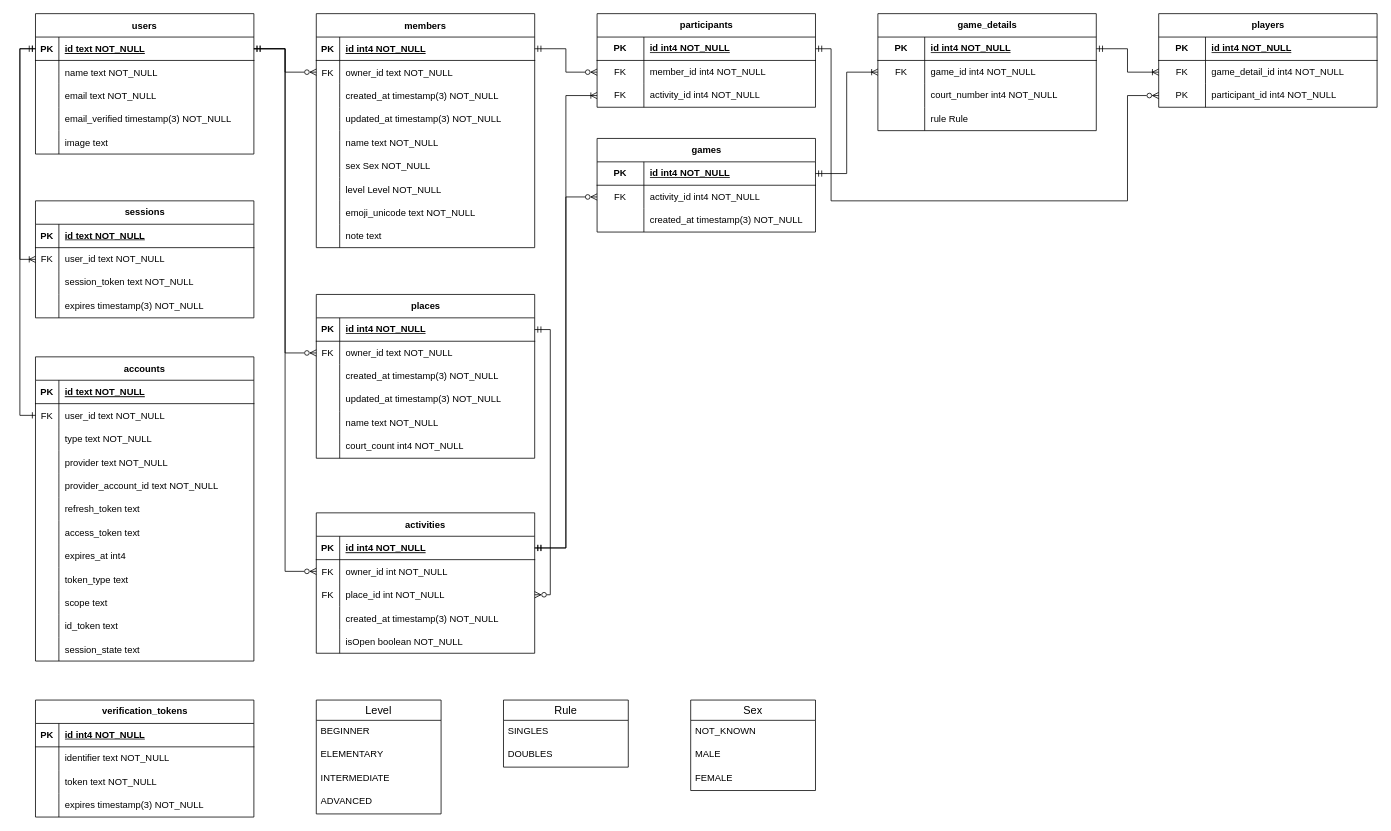
Earlier version of the draw.io diagram docs/entity_relationship_diagram.drawio (yuki-yamamura/bubble-pairs). Source tidied: cells renumbered, new cells numbered last; positions are measured from the earlier drawing's top-left corner, leaving out a move shared by most shapes. Both pictures are drawn from the tidied source at 78%, with x=0, y=0 at pixel (35, 13).
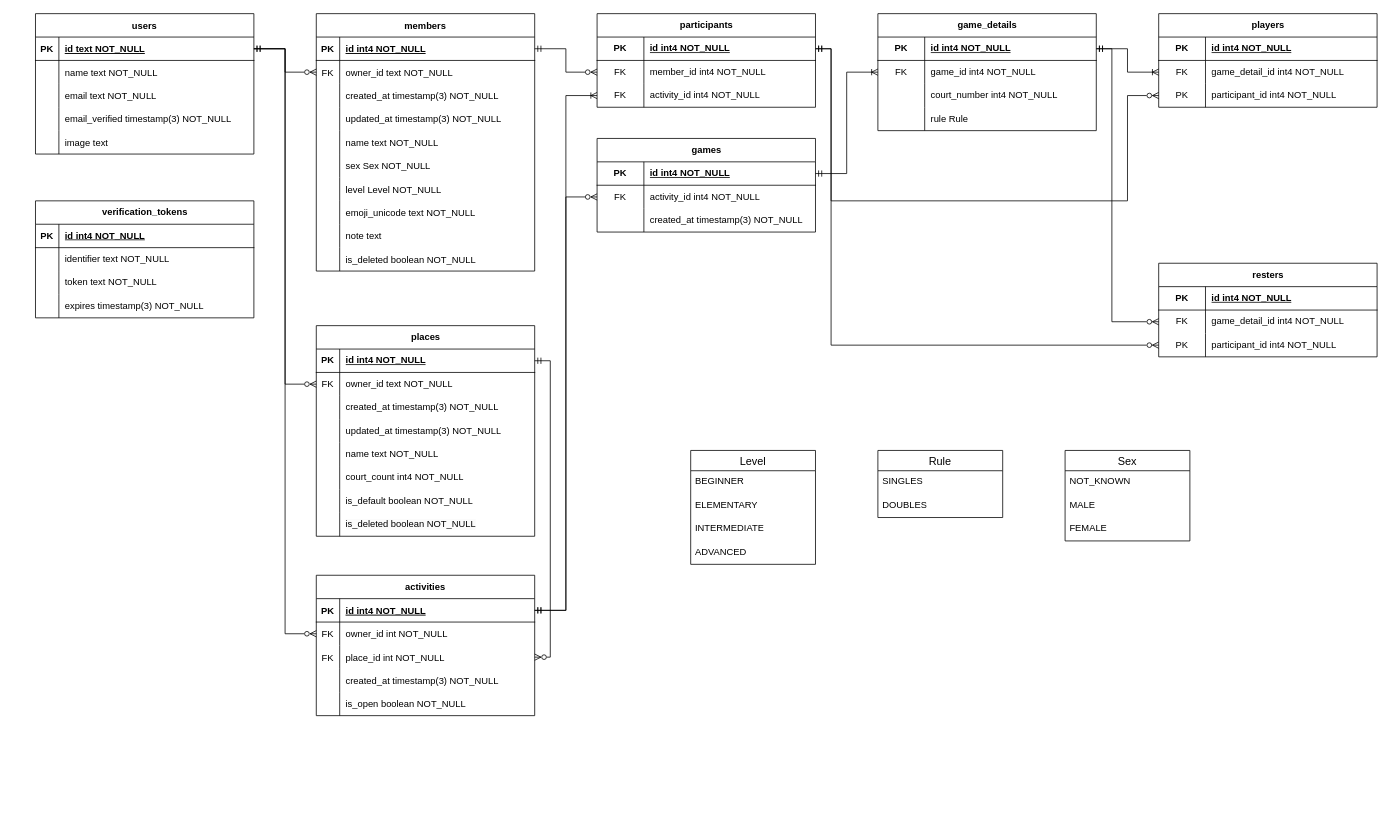
After the change.

Unchanged cells that the change refers to:
```xml
<mxCell id="43" style="shape=partialRectangle;fillColor=none;top=0;left=0;right=0;bottom=0;" parent="30" vertex="1">
  <mxGeometry y="150" width="280" height="30" as="geometry" />
</mxCell>
<mxCell id="47" style="shape=partialRectangle;fillColor=none;points=[[0,0.5],[1,0.5]];portConstraint=eastwest;top=0;left=0;right=0;bottom=1;" parent="46" vertex="1">
  <mxGeometry y="30" width="280" height="30" as="geometry" />
</mxCell>
<mxCell id="171" style="shape=tableRow;horizontal=0;startSize=0;swimlaneHead=0;swimlaneBody=0;fillColor=none;points=[[0,0.5],[1,0.5]];portConstraint=eastwest;top=0;left=0;right=0;bottom=1;swimlaneLine=1;" parent="170" vertex="1">
  <mxGeometry y="30" width="280" height="30" as="geometry" />
</mxCell>
<mxCell id="183" style="shape=tableRow;horizontal=0;startSize=0;swimlaneHead=0;swimlaneBody=0;fillColor=none;points=[[0,0.5],[1,0.5]];portConstraint=eastwest;top=0;left=0;right=0;bottom=1;" parent="182" vertex="1">
  <mxGeometry y="30" width="280" height="30" as="geometry" />
</mxCell>
```

What changed in the source:
```diff
@@
     <mxCell id="2" value="members" style="shape=table;startSize=30;childLayout=tableLayout;rowLines=0;fontStyle=1;align=center;" parent="1" vertex="1">
-      <mxGeometry x="360" width="280" height="300" as="geometry" />
+      <mxGeometry x="360" width="280" height="330" as="geometry" />
     </mxCell>
@@
+    <mxCell id="128" style="shape=partialRectangle;fillColor=none;top=0;left=0;right=0;bottom=0;" parent="2" vertex="1">
+      <mxGeometry y="300" width="280" height="30" as="geometry" />
+    </mxCell>
+    <mxCell id="211" style="shape=partialRectangle;overflow=hidden;fillColor=none;top=0;left=0;bottom=0;right=0;" parent="128" vertex="1">
+      <mxGeometry width="30" height="30" as="geometry" />
+    </mxCell>
+    <mxCell id="212" value="is_deleted boolean NOT_NULL" style="shape=partialRectangle;overflow=hidden;fillColor=none;top=0;left=0;bottom=0;right=0;align=left;spacingLeft=6;" parent="128" vertex="1">
+      <mxGeometry x="30" width="250" height="30" as="geometry" />
+    </mxCell>
     <mxCell id="30" value="activities" style="shape=table;startSize=30;childLayout=tableLayout;rowLines=0;fontStyle=1;align=center;" parent="1" vertex="1">
-      <mxGeometry x="360" y="640" width="280" height="180" as="geometry" />
+      <mxGeometry x="360" y="720" width="280" height="180" as="geometry" />
     </mxCell>
@@
-    <mxCell id="45" value="isOpen boolean NOT_NULL" style="shape=partialRectangle;overflow=hidden;fillColor=none;top=0;left=0;bottom=0;right=0;align=left;spacingLeft=6;" parent="43" vertex="1">
+    <mxCell id="45" value="is_open boolean NOT_NULL" style="shape=partialRectangle;overflow=hidden;fillColor=none;top=0;left=0;bottom=0;right=0;align=left;spacingLeft=6;" parent="43" vertex="1">
       <mxGeometry x="30" width="250" height="30" as="geometry" />
     </mxCell>
@@
     <mxCell id="62" value="places" style="shape=table;startSize=30;childLayout=tableLayout;rowLines=0;fontStyle=1;align=center;html=1;" parent="1" vertex="1">
-      <mxGeometry x="360" y="360" width="280" height="210" as="geometry" />
+      <mxGeometry x="360" y="400" width="280" height="270" as="geometry" />
     </mxCell>
@@
+    <mxCell id="213" style="shape=tableRow;horizontal=0;startSize=0;swimlaneHead=0;swimlaneBody=0;fillColor=none;top=0;left=0;right=0;bottom=0;" parent="62" vertex="1">
+      <mxGeometry y="210" width="280" height="30" as="geometry" />
+    </mxCell>
+    <mxCell id="214" style="shape=partialRectangle;fillColor=none;top=0;left=0;bottom=0;right=0;overflow=hidden;whiteSpace=wrap;html=1;" parent="213" vertex="1">
+      <mxGeometry width="30" height="30" as="geometry" />
+    </mxCell>
+    <mxCell id="215" value="is_default boolean NOT_NULL" style="shape=partialRectangle;fillColor=none;top=0;left=0;bottom=0;right=0;align=left;spacingLeft=6;overflow=hidden;whiteSpace=wrap;html=1;" parent="213" vertex="1">
+      <mxGeometry x="30" width="250" height="30" as="geometry" />
+    </mxCell>
+    <mxCell id="216" style="shape=tableRow;horizontal=0;startSize=0;swimlaneHead=0;swimlaneBody=0;fillColor=none;top=0;left=0;right=0;bottom=0;" parent="62" vertex="1">
+      <mxGeometry y="240" width="280" height="30" as="geometry" />
+    </mxCell>
+    <mxCell id="217" style="shape=partialRectangle;fillColor=none;top=0;left=0;bottom=0;right=0;overflow=hidden;whiteSpace=wrap;html=1;" parent="216" vertex="1">
+      <mxGeometry width="30" height="30" as="geometry" />
+    </mxCell>
+    <mxCell id="218" value="&lt;span style=&quot;color: rgb(0, 0, 0); font-family: Helvetica; font-size: 12px; font-style: normal; font-variant-ligatures: normal; font-variant-caps: normal; font-weight: 400; letter-spacing: normal; orphans: 2; text-align: left; text-indent: 0px; text-transform: none; widows: 2; word-spacing: 0px; -webkit-text-stroke-width: 0px; background-color: rgb(251, 251, 251); text-decoration-thickness: initial; text-decoration-style: initial; text-decoration-color: initial; float: none; display: inline !important;&quot;&gt;is_deleted boolean NOT_NULL&lt;/span&gt;" style="shape=partialRectangle;fillColor=none;top=0;left=0;bottom=0;right=0;align=left;spacingLeft=6;overflow=hidden;whiteSpace=wrap;html=1;" parent="216" vertex="1">
+      <mxGeometry x="30" width="250" height="30" as="geometry" />
+    </mxCell>
@@
     <mxCell id="91" value="Level" style="swimlane;fontStyle=0;horizontal=1;startSize=26;align=center;fontSize=14;" parent="1" vertex="1">
-      <mxGeometry x="360" y="880" width="160" height="146" as="geometry" />
+      <mxGeometry x="840" y="560" width="160" height="146" as="geometry" />
     </mxCell>
@@
     <mxCell id="96" value="Sex" style="swimlane;fontStyle=0;horizontal=1;startSize=26;align=center;fontSize=14;" parent="1" vertex="1">
-      <mxGeometry x="840" y="880" width="160" height="116" as="geometry" />
+      <mxGeometry x="1320" y="560" width="160" height="116" as="geometry" />
     </mxCell>
@@
-    <mxCell id="100" value="accounts" style="shape=table;startSize=30;childLayout=tableLayout;rowLines=0;fontStyle=1;align=center;" parent="1" vertex="1">
-      <mxGeometry y="440" width="280" height="390" as="geometry" />
-    </mxCell>
-    <mxCell id="101" style="shape=partialRectangle;fillColor=none;top=0;left=0;right=0;bottom=1;" parent="100" vertex="1">
-      <mxGeometry y="30" width="280" height="30" as="geometry" />
-    </mxCell>
-    <mxCell id="102" value="PK" style="shape=partialRectangle;overflow=hidden;fillColor=none;top=0;left=0;bottom=0;right=0;fontStyle=1;" parent="101" vertex="1">
-      <mxGeometry width="30" height="30" as="geometry" />
-    </mxCell>
-    <mxCell id="103" value="id text NOT_NULL" style="shape=partialRectangle;overflow=hidden;fillColor=none;top=0;left=0;bottom=0;right=0;align=left;spacingLeft=6;fontStyle=5;" parent="101" vertex="1">
-      <mxGeometry x="30" width="250" height="30" as="geometry" />
-    </mxCell>
-    <mxCell id="104" style="shape=partialRectangle;fillColor=none;points=[[0,0.5],[1,0.5]];portConstraint=eastwest;top=0;left=0;right=0;bottom=0;" parent="100" vertex="1">
-      <mxGeometry y="60" width="280" height="30" as="geometry" />
-    </mxCell>
-    <mxCell id="105" value="FK" style="shape=partialRectangle;overflow=hidden;fillColor=none;top=0;left=0;bottom=0;right=0;" parent="104" vertex="1">
-      <mxGeometry width="30" height="30" as="geometry" />
-    </mxCell>
-    <mxCell id="106" value="user_id text NOT_NULL" style="shape=partialRectangle;overflow=hidden;fillColor=none;top=0;left=0;bottom=0;right=0;align=left;spacingLeft=6;" parent="104" vertex="1">
-      <mxGeometry x="30" width="250" height="30" as="geometry" />
-    </mxCell>
-    <mxCell id="107" style="shape=partialRectangle;fillColor=none;top=0;left=0;right=0;bottom=0;" parent="100" vertex="1">
-      <mxGeometry y="90" width="280" height="30" as="geometry" />
-    </mxCell>
-    <mxCell id="108" style="shape=partialRectangle;overflow=hidden;fillColor=none;top=0;left=0;bottom=0;right=0;" parent="107" vertex="1">
-      <mxGeometry width="30" height="30" as="geometry" />
-    </mxCell>
-    <mxCell id="109" value="type text NOT_NULL" style="shape=partialRectangle;overflow=hidden;fillColor=none;top=0;left=0;bottom=0;right=0;align=left;spacingLeft=6;" parent="107" vertex="1">
-      <mxGeometry x="30" width="250" height="30" as="geometry" />
-    </mxCell>
-    <mxCell id="110" style="shape=partialRectangle;fillColor=none;top=0;left=0;right=0;bottom=0;" parent="100" vertex="1">
-      <mxGeometry y="120" width="280" height="30" as="geometry" />
-    </mxCell>
-    <mxCell id="111" style="shape=partialRectangle;overflow=hidden;fillColor=none;top=0;left=0;bottom=0;right=0;" parent="110" vertex="1">
-      <mxGeometry width="30" height="30" as="geometry" />
-    </mxCell>
-    <mxCell id="112" value="provider text NOT_NULL" style="shape=partialRectangle;overflow=hidden;fillColor=none;top=0;left=0;bottom=0;right=0;align=left;spacingLeft=6;" parent="110" vertex="1">
-      <mxGeometry x="30" width="250" height="30" as="geometry" />
-    </mxCell>
-    <mxCell id="113" style="shape=partialRectangle;fillColor=none;top=0;left=0;right=0;bottom=0;" parent="100" vertex="1">
-      <mxGeometry y="150" width="280" height="30" as="geometry" />
-    </mxCell>
-    <mxCell id="114" style="shape=partialRectangle;overflow=hidden;fillColor=none;top=0;left=0;bottom=0;right=0;" parent="113" vertex="1">
-      <mxGeometry width="30" height="30" as="geometry" />
-    </mxCell>
-    <mxCell id="115" value="provider_account_id text NOT_NULL" style="shape=partialRectangle;overflow=hidden;fillColor=none;top=0;left=0;bottom=0;right=0;align=left;spacingLeft=6;" parent="113" vertex="1">
-      <mxGeometry x="30" width="250" height="30" as="geometry" />
-    </mxCell>
-    <mxCell id="116" style="shape=partialRectangle;fillColor=none;top=0;left=0;right=0;bottom=0;" parent="100" vertex="1">
-      <mxGeometry y="180" width="280" height="30" as="geometry" />
-    </mxCell>
-    <mxCell id="117" style="shape=partialRectangle;overflow=hidden;fillColor=none;top=0;left=0;bottom=0;right=0;" parent="116" vertex="1">
-      <mxGeometry width="30" height="30" as="geometry" />
-    </mxCell>
-    <mxCell id="118" value="refresh_token text" style="shape=partialRectangle;overflow=hidden;fillColor=none;top=0;left=0;bottom=0;right=0;align=left;spacingLeft=6;" parent="116" vertex="1">
-      <mxGeometry x="30" width="250" height="30" as="geometry" />
-    </mxCell>
-    <mxCell id="119" style="shape=partialRectangle;fillColor=none;top=0;left=0;right=0;bottom=0;" parent="100" vertex="1">
-      <mxGeometry y="210" width="280" height="30" as="geometry" />
-    </mxCell>
-    <mxCell id="120" style="shape=partialRectangle;overflow=hidden;fillColor=none;top=0;left=0;bottom=0;right=0;" parent="119" vertex="1">
-      <mxGeometry width="30" height="30" as="geometry" />
-    </mxCell>
-    <mxCell id="121" value="access_token text" style="shape=partialRectangle;overflow=hidden;fillColor=none;top=0;left=0;bottom=0;right=0;align=left;spacingLeft=6;" parent="119" vertex="1">
-      <mxGeometry x="30" width="250" height="30" as="geometry" />
-    </mxCell>
-    <mxCell id="122" style="shape=partialRectangle;fillColor=none;top=0;left=0;right=0;bottom=0;" parent="100" vertex="1">
-      <mxGeometry y="240" width="280" height="30" as="geometry" />
-    </mxCell>
-    <mxCell id="123" style="shape=partialRectangle;overflow=hidden;fillColor=none;top=0;left=0;bottom=0;right=0;" parent="122" vertex="1">
-      <mxGeometry width="30" height="30" as="geometry" />
-    </mxCell>
-    <mxCell id="124" value="expires_at int4" style="shape=partialRectangle;overflow=hidden;fillColor=none;top=0;left=0;bottom=0;right=0;align=left;spacingLeft=6;" parent="122" vertex="1">
-      <mxGeometry x="30" width="250" height="30" as="geometry" />
-    </mxCell>
-    <mxCell id="125" style="shape=partialRectangle;fillColor=none;top=0;left=0;right=0;bottom=0;" parent="100" vertex="1">
-      <mxGeometry y="270" width="280" height="30" as="geometry" />
-    </mxCell>
-    <mxCell id="126" style="shape=partialRectangle;overflow=hidden;fillColor=none;top=0;left=0;bottom=0;right=0;" parent="125" vertex="1">
-      <mxGeometry width="30" height="30" as="geometry" />
-    </mxCell>
-    <mxCell id="127" value="token_type text" style="shape=partialRectangle;overflow=hidden;fillColor=none;top=0;left=0;bottom=0;right=0;align=left;spacingLeft=6;" parent="125" vertex="1">
-      <mxGeometry x="30" width="250" height="30" as="geometry" />
-    </mxCell>
-    <mxCell id="128" style="shape=partialRectangle;fillColor=none;top=0;left=0;right=0;bottom=0;" parent="100" vertex="1">
-      <mxGeometry y="300" width="280" height="30" as="geometry" />
-    </mxCell>
-    <mxCell id="129" style="shape=partialRectangle;overflow=hidden;fillColor=none;top=0;left=0;bottom=0;right=0;" parent="128" vertex="1">
-      <mxGeometry width="30" height="30" as="geometry" />
-    </mxCell>
-    <mxCell id="130" value="scope text" style="shape=partialRectangle;overflow=hidden;fillColor=none;top=0;left=0;bottom=0;right=0;align=left;spacingLeft=6;" parent="128" vertex="1">
-      <mxGeometry x="30" width="250" height="30" as="geometry" />
-    </mxCell>
-    <mxCell id="131" style="shape=partialRectangle;fillColor=none;top=0;left=0;right=0;bottom=0;" parent="100" vertex="1">
-      <mxGeometry y="330" width="280" height="30" as="geometry" />
-    </mxCell>
-    <mxCell id="132" style="shape=partialRectangle;overflow=hidden;fillColor=none;top=0;left=0;bottom=0;right=0;" parent="131" vertex="1">
-      <mxGeometry width="30" height="30" as="geometry" />
-    </mxCell>
-    <mxCell id="133" value="id_token text" style="shape=partialRectangle;overflow=hidden;fillColor=none;top=0;left=0;bottom=0;right=0;align=left;spacingLeft=6;" parent="131" vertex="1">
-      <mxGeometry x="30" width="250" height="30" as="geometry" />
-    </mxCell>
-    <mxCell id="134" style="shape=partialRectangle;fillColor=none;top=0;left=0;right=0;bottom=0;" parent="100" vertex="1">
-      <mxGeometry y="360" width="280" height="30" as="geometry" />
-    </mxCell>
-    <mxCell id="135" style="shape=partialRectangle;overflow=hidden;fillColor=none;top=0;left=0;bottom=0;right=0;" parent="134" vertex="1">
-      <mxGeometry width="30" height="30" as="geometry" />
-    </mxCell>
-    <mxCell id="136" value="session_state text" style="shape=partialRectangle;overflow=hidden;fillColor=none;top=0;left=0;bottom=0;right=0;align=left;spacingLeft=6;" parent="134" vertex="1">
-      <mxGeometry x="30" width="250" height="30" as="geometry" />
-    </mxCell>
     <mxCell id="137" value="verification_tokens" style="shape=table;startSize=30;childLayout=tableLayout;rowLines=0;fontStyle=1;align=center;html=1;" parent="1" vertex="1">
-      <mxGeometry y="880" width="280" height="150" as="geometry" />
+      <mxGeometry y="240" width="280" height="150" as="geometry" />
     </mxCell>
@@
     <mxCell id="150" value="Rule" style="swimlane;fontStyle=0;horizontal=1;startSize=26;align=center;fontSize=14;" parent="1" vertex="1">
-      <mxGeometry x="600" y="880" width="160" height="86" as="geometry" />
+      <mxGeometry x="1080" y="560" width="160" height="86" as="geometry" />
     </mxCell>
@@
-    <mxCell id="155" value="sessions" style="shape=table;startSize=30;childLayout=tableLayout;rowLines=0;fontStyle=1;align=center;html=1;" parent="1" vertex="1">
-      <mxGeometry y="240" width="280" height="150" as="geometry" />
-    </mxCell>
-    <mxCell id="156" style="shape=tableRow;horizontal=0;startSize=0;swimlaneHead=0;swimlaneBody=0;fillColor=none;top=0;left=0;right=0;bottom=1;" parent="155" vertex="1">
-      <mxGeometry y="30" width="280" height="30" as="geometry" />
-    </mxCell>
-    <mxCell id="157" value="PK" style="shape=partialRectangle;fillColor=none;top=0;left=0;bottom=0;right=0;fontStyle=1;overflow=hidden;whiteSpace=wrap;html=1;" parent="156" vertex="1">
-      <mxGeometry width="30" height="30" as="geometry" />
-    </mxCell>
-    <mxCell id="158" value="id text NOT_NULL" style="shape=partialRectangle;fillColor=none;top=0;left=0;bottom=0;right=0;align=left;spacingLeft=6;fontStyle=5;overflow=hidden;whiteSpace=wrap;html=1;" parent="156" vertex="1">
-      <mxGeometry x="30" width="250" height="30" as="geometry" />
-    </mxCell>
-    <mxCell id="159" style="shape=tableRow;horizontal=0;startSize=0;swimlaneHead=0;swimlaneBody=0;fillColor=none;points=[[0,0.5],[1,0.5]];portConstraint=eastwest;top=0;left=0;right=0;bottom=0;" parent="155" vertex="1">
-      <mxGeometry y="60" width="280" height="30" as="geometry" />
-    </mxCell>
-    <mxCell id="160" value="FK" style="shape=partialRectangle;fillColor=none;top=0;left=0;bottom=0;right=0;overflow=hidden;whiteSpace=wrap;html=1;" parent="159" vertex="1">
-      <mxGeometry width="30" height="30" as="geometry" />
-    </mxCell>
-    <mxCell id="161" value="user_id text NOT_NULL" style="shape=partialRectangle;fillColor=none;top=0;left=0;bottom=0;right=0;align=left;spacingLeft=6;overflow=hidden;whiteSpace=wrap;html=1;" parent="159" vertex="1">
-      <mxGeometry x="30" width="250" height="30" as="geometry" />
-    </mxCell>
-    <mxCell id="162" style="shape=tableRow;horizontal=0;startSize=0;swimlaneHead=0;swimlaneBody=0;fillColor=none;points=[[0,0.5],[1,0.5]];portConstraint=eastwest;top=0;left=0;right=0;bottom=0;" parent="155" vertex="1">
-      <mxGeometry y="90" width="280" height="30" as="geometry" />
-    </mxCell>
-    <mxCell id="163" style="shape=partialRectangle;fillColor=none;top=0;left=0;bottom=0;right=0;overflow=hidden;whiteSpace=wrap;html=1;" parent="162" vertex="1">
-      <mxGeometry width="30" height="30" as="geometry" />
-    </mxCell>
-    <mxCell id="164" value="session_token text NOT_NULL" style="shape=partialRectangle;fillColor=none;top=0;left=0;bottom=0;right=0;align=left;spacingLeft=6;overflow=hidden;whiteSpace=wrap;html=1;" parent="162" vertex="1">
-      <mxGeometry x="30" width="250" height="30" as="geometry" />
-    </mxCell>
-    <mxCell id="165" style="shape=tableRow;horizontal=0;startSize=0;swimlaneHead=0;swimlaneBody=0;fillColor=none;top=0;left=0;right=0;bottom=0;" parent="155" vertex="1">
-      <mxGeometry y="120" width="280" height="30" as="geometry" />
-    </mxCell>
-    <mxCell id="166" style="shape=partialRectangle;fillColor=none;top=0;left=0;bottom=0;right=0;overflow=hidden;whiteSpace=wrap;html=1;" parent="165" vertex="1">
-      <mxGeometry width="30" height="30" as="geometry" />
-    </mxCell>
-    <mxCell id="167" value="expires timestamp(3) NOT_NULL" style="shape=partialRectangle;fillColor=none;top=0;left=0;bottom=0;right=0;align=left;spacingLeft=6;overflow=hidden;whiteSpace=wrap;html=1;" parent="165" vertex="1">
-      <mxGeometry x="30" width="250" height="30" as="geometry" />
-    </mxCell>
-    <mxCell id="168" style="edgeStyle=orthogonalEdgeStyle;rounded=0;jettySize=auto;html=1;exitX=0;exitY=0.5;exitDx=0;exitDy=0;entryX=0;entryY=0.5;entryDx=0;entryDy=0;startArrow=ERone;startFill=0;endArrow=ERoneToMany;endFill=0;" parent="1" edge="1" source="47" target="159">
-      <mxGeometry relative="1" as="geometry" />
-    </mxCell>
-    <mxCell id="169" style="edgeStyle=orthogonalEdgeStyle;rounded=0;jettySize=auto;html=1;entryX=0;entryY=0.5;entryDx=0;entryDy=0;endArrow=ERone;endFill=0;startArrow=ERmandOne;startFill=0;" parent="1" edge="1" source="47" target="104">
-      <mxGeometry relative="1" as="geometry" />
-    </mxCell>
@@
+    <mxCell id="219" value="resters" style="shape=table;startSize=30;childLayout=tableLayout;rowLines=0;fontStyle=1;align=center;html=1;" parent="1" vertex="1">
+      <mxGeometry x="1440" y="320" width="280" height="120" as="geometry" />
+    </mxCell>
+    <mxCell id="156" style="shape=tableRow;horizontal=0;startSize=0;swimlaneHead=0;swimlaneBody=0;fillColor=none;top=0;left=0;right=0;bottom=1;" parent="219" vertex="1">
+      <mxGeometry y="30" width="280" height="30" as="geometry" />
+    </mxCell>
+    <mxCell id="220" value="&lt;b&gt;PK&lt;/b&gt;" style="shape=partialRectangle;fillColor=none;top=0;left=0;bottom=0;right=0;overflow=hidden;whiteSpace=wrap;html=1;" parent="156" vertex="1">
+      <mxGeometry width="60" height="30" as="geometry" />
+    </mxCell>
+    <mxCell id="221" value="&lt;b&gt;&lt;u&gt;id int4 NOT_NULL&lt;/u&gt;&lt;/b&gt;" style="shape=partialRectangle;fillColor=none;top=0;left=0;bottom=0;right=0;align=left;spacingLeft=6;overflow=hidden;whiteSpace=wrap;html=1;" parent="156" vertex="1">
+      <mxGeometry x="60" width="220" height="30" as="geometry" />
+    </mxCell>
+    <mxCell id="159" style="shape=tableRow;horizontal=0;startSize=0;swimlaneHead=0;swimlaneBody=0;fillColor=none;points=[[0,0.5],[1,0.5]];portConstraint=eastwest;top=0;left=0;right=0;bottom=0;" parent="219" vertex="1">
+      <mxGeometry y="60" width="280" height="30" as="geometry" />
+    </mxCell>
+    <mxCell id="160" value="FK" style="shape=partialRectangle;fillColor=none;top=0;left=0;bottom=0;right=0;overflow=hidden;whiteSpace=wrap;html=1;" parent="159" vertex="1">
+      <mxGeometry width="60" height="30" as="geometry" />
+    </mxCell>
+    <mxCell id="222" value="game_detail_id int4 NOT_NULL" style="shape=partialRectangle;fillColor=none;top=0;left=0;bottom=0;right=0;align=left;spacingLeft=6;overflow=hidden;whiteSpace=wrap;html=1;" parent="159" vertex="1">
+      <mxGeometry x="60" width="220" height="30" as="geometry" />
+    </mxCell>
+    <mxCell id="162" style="shape=tableRow;horizontal=0;startSize=0;swimlaneHead=0;swimlaneBody=0;fillColor=none;points=[[0,0.5],[1,0.5]];portConstraint=eastwest;top=0;left=0;right=0;bottom=0;" parent="219" vertex="1">
+      <mxGeometry y="90" width="280" height="30" as="geometry" />
+    </mxCell>
+    <mxCell id="223" value="PK" style="shape=partialRectangle;fillColor=none;top=0;left=0;bottom=0;right=0;overflow=hidden;whiteSpace=wrap;html=1;" parent="162" vertex="1">
+      <mxGeometry width="60" height="30" as="geometry" />
+    </mxCell>
+    <mxCell id="224" value="participant_id int4 NOT_NULL" style="shape=partialRectangle;fillColor=none;top=0;left=0;bottom=0;right=0;align=left;spacingLeft=6;overflow=hidden;whiteSpace=wrap;html=1;" parent="162" vertex="1">
+      <mxGeometry x="60" width="220" height="30" as="geometry" />
+    </mxCell>
+    <mxCell id="225" style="edgeStyle=orthogonalEdgeStyle;rounded=0;jettySize=auto;html=1;entryX=0;entryY=0.5;entryDx=0;entryDy=0;startArrow=ERmandOne;startFill=0;endArrow=ERzeroToMany;endFill=0;" parent="1" edge="1" source="171" target="162">
+      <mxGeometry relative="1" as="geometry">
+        <Array as="points">
+          <mxPoint x="1020" y="45" />
+          <mxPoint x="1020" y="425" />
+        </Array>
+      </mxGeometry>
+    </mxCell>
+    <mxCell id="226" style="edgeStyle=orthogonalEdgeStyle;rounded=0;jettySize=auto;html=1;entryX=0;entryY=0.5;entryDx=0;entryDy=0;startArrow=ERmandOne;startFill=0;endArrow=ERzeroToMany;endFill=0;" parent="1" edge="1" source="183" target="159">
+      <mxGeometry relative="1" as="geometry">
+        <Array as="points">
+          <mxPoint x="1380" y="45" />
+          <mxPoint x="1380" y="395" />
+        </Array>
+      </mxGeometry>
+    </mxCell>
```
